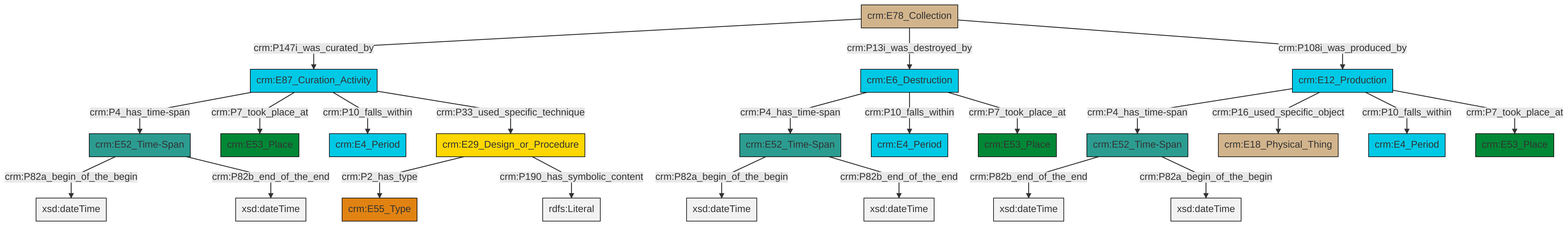
The Mermaid diagram et/archivalCSV/ttl/mmd/png/archival_existence.png in swiss-art-research-net/docs.swissartresearch, before a commit. Its source is kept beside it as et/archivalCSV/ttl/mmd/archival_existence.ttl.mmd.
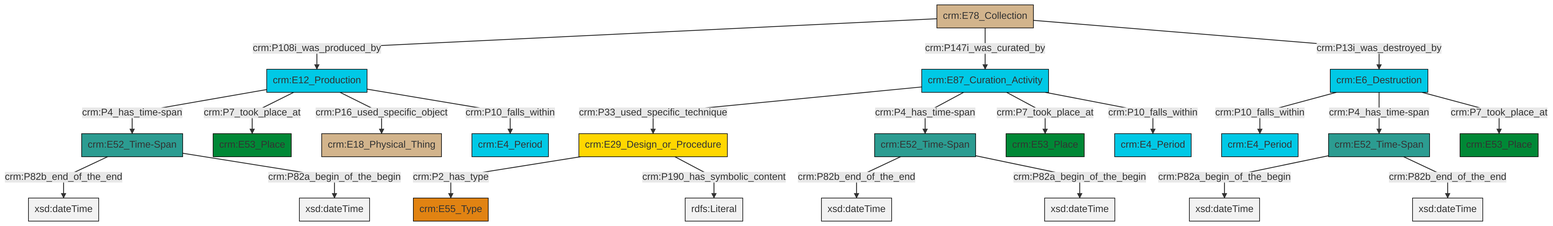
The same file after the commit.

The edit, as a diff of the source:
```diff
@@ -13,25 +13,25 @@
 classDef PC_Classes fill:#4ce600, stroke:#000000;
 classDef Multi fill:#cccccc,stroke:#000000;
 
-0["crm:E87_Curation_Activity"]:::Temporal_Entity -->|crm:P4_has_time-span| 1["crm:E52_Time-Span"]:::Time-Span
-6["crm:E78_Collection"]:::Physical_Thing -->|crm:P147i_was_curated_by| 0["crm:E87_Curation_Activity"]:::Temporal_Entity
-4["crm:E6_Destruction"]:::Temporal_Entity -->|crm:P4_has_time-span| 7["crm:E52_Time-Span"]:::Time-Span
-0["crm:E87_Curation_Activity"]:::Temporal_Entity -->|crm:P7_took_place_at| 8["crm:E53_Place"]:::Place
-6["crm:E78_Collection"]:::Physical_Thing -->|crm:P13i_was_destroyed_by| 4["crm:E6_Destruction"]:::Temporal_Entity
-0["crm:E87_Curation_Activity"]:::Temporal_Entity -->|crm:P10_falls_within| 9["crm:E4_Period"]:::Temporal_Entity
-7["crm:E52_Time-Span"]:::Time-Span -->|crm:P82a_begin_of_the_begin| 11[xsd:dateTime]:::Literal
-15["crm:E29_Design_or_Procedure"]:::Conceptual_Object -->|crm:P2_has_type| 12["crm:E55_Type"]:::Type
-18["crm:E12_Production"]:::Temporal_Entity -->|crm:P4_has_time-span| 2["crm:E52_Time-Span"]:::Time-Span
-4["crm:E6_Destruction"]:::Temporal_Entity -->|crm:P10_falls_within| 16["crm:E4_Period"]:::Temporal_Entity
-0["crm:E87_Curation_Activity"]:::Temporal_Entity -->|crm:P33_used_specific_technique| 15["crm:E29_Design_or_Procedure"]:::Conceptual_Object
-15["crm:E29_Design_or_Procedure"]:::Conceptual_Object -->|crm:P190_has_symbolic_content| 24[rdfs:Literal]:::Literal
-4["crm:E6_Destruction"]:::Temporal_Entity -->|crm:P7_took_place_at| 25["crm:E53_Place"]:::Place
-6["crm:E78_Collection"]:::Physical_Thing -->|crm:P108i_was_produced_by| 18["crm:E12_Production"]:::Temporal_Entity
-18["crm:E12_Production"]:::Temporal_Entity -->|crm:P16_used_specific_object| 28["crm:E18_Physical_Thing"]:::Physical_Thing
-18["crm:E12_Production"]:::Temporal_Entity -->|crm:P10_falls_within| 19["crm:E4_Period"]:::Temporal_Entity
-1["crm:E52_Time-Span"]:::Time-Span -->|crm:P82a_begin_of_the_begin| 32[xsd:dateTime]:::Literal
-18["crm:E12_Production"]:::Temporal_Entity -->|crm:P7_took_place_at| 21["crm:E53_Place"]:::Place
-2["crm:E52_Time-Span"]:::Time-Span -->|crm:P82b_end_of_the_end| 35[xsd:dateTime]:::Literal
-1["crm:E52_Time-Span"]:::Time-Span -->|crm:P82b_end_of_the_end| 36[xsd:dateTime]:::Literal
-2["crm:E52_Time-Span"]:::Time-Span -->|crm:P82a_begin_of_the_begin| 37[xsd:dateTime]:::Literal
-7["crm:E52_Time-Span"]:::Time-Span -->|crm:P82b_end_of_the_end| 38[xsd:dateTime]:::Literal
+0["crm:E12_Production"]:::Temporal_Entity -->|crm:P4_has_time-span| 1["crm:E52_Time-Span"]:::Time-Span
+1["crm:E52_Time-Span"]:::Time-Span -->|crm:P82b_end_of_the_end| 4[xsd:dateTime]:::Literal
+0["crm:E12_Production"]:::Temporal_Entity -->|crm:P7_took_place_at| 7["crm:E53_Place"]:::Place
+8["crm:E52_Time-Span"]:::Time-Span -->|crm:P82a_begin_of_the_begin| 9[xsd:dateTime]:::Literal
+10["crm:E87_Curation_Activity"]:::Temporal_Entity -->|crm:P33_used_specific_technique| 11["crm:E29_Design_or_Procedure"]:::Conceptual_Object
+12["crm:E6_Destruction"]:::Temporal_Entity -->|crm:P10_falls_within| 13["crm:E4_Period"]:::Temporal_Entity
+10["crm:E87_Curation_Activity"]:::Temporal_Entity -->|crm:P4_has_time-span| 16["crm:E52_Time-Span"]:::Time-Span
+17["crm:E78_Collection"]:::Physical_Thing -->|crm:P108i_was_produced_by| 0["crm:E12_Production"]:::Temporal_Entity
+16["crm:E52_Time-Span"]:::Time-Span -->|crm:P82b_end_of_the_end| 19[xsd:dateTime]:::Literal
+12["crm:E6_Destruction"]:::Temporal_Entity -->|crm:P4_has_time-span| 8["crm:E52_Time-Span"]:::Time-Span
+10["crm:E87_Curation_Activity"]:::Temporal_Entity -->|crm:P7_took_place_at| 5["crm:E53_Place"]:::Place
+0["crm:E12_Production"]:::Temporal_Entity -->|crm:P16_used_specific_object| 22["crm:E18_Physical_Thing"]:::Physical_Thing
+8["crm:E52_Time-Span"]:::Time-Span -->|crm:P82b_end_of_the_end| 27[xsd:dateTime]:::Literal
+11["crm:E29_Design_or_Procedure"]:::Conceptual_Object -->|crm:P2_has_type| 14["crm:E55_Type"]:::Type
+11["crm:E29_Design_or_Procedure"]:::Conceptual_Object -->|crm:P190_has_symbolic_content| 33[rdfs:Literal]:::Literal
+12["crm:E6_Destruction"]:::Temporal_Entity -->|crm:P7_took_place_at| 23["crm:E53_Place"]:::Place
+1["crm:E52_Time-Span"]:::Time-Span -->|crm:P82a_begin_of_the_begin| 34[xsd:dateTime]:::Literal
+17["crm:E78_Collection"]:::Physical_Thing -->|crm:P147i_was_curated_by| 10["crm:E87_Curation_Activity"]:::Temporal_Entity
+10["crm:E87_Curation_Activity"]:::Temporal_Entity -->|crm:P10_falls_within| 31["crm:E4_Period"]:::Temporal_Entity
+17["crm:E78_Collection"]:::Physical_Thing -->|crm:P13i_was_destroyed_by| 12["crm:E6_Destruction"]:::Temporal_Entity
+0["crm:E12_Production"]:::Temporal_Entity -->|crm:P10_falls_within| 2["crm:E4_Period"]:::Temporal_Entity
+16["crm:E52_Time-Span"]:::Time-Span -->|crm:P82a_begin_of_the_begin| 38[xsd:dateTime]:::Literal
```
